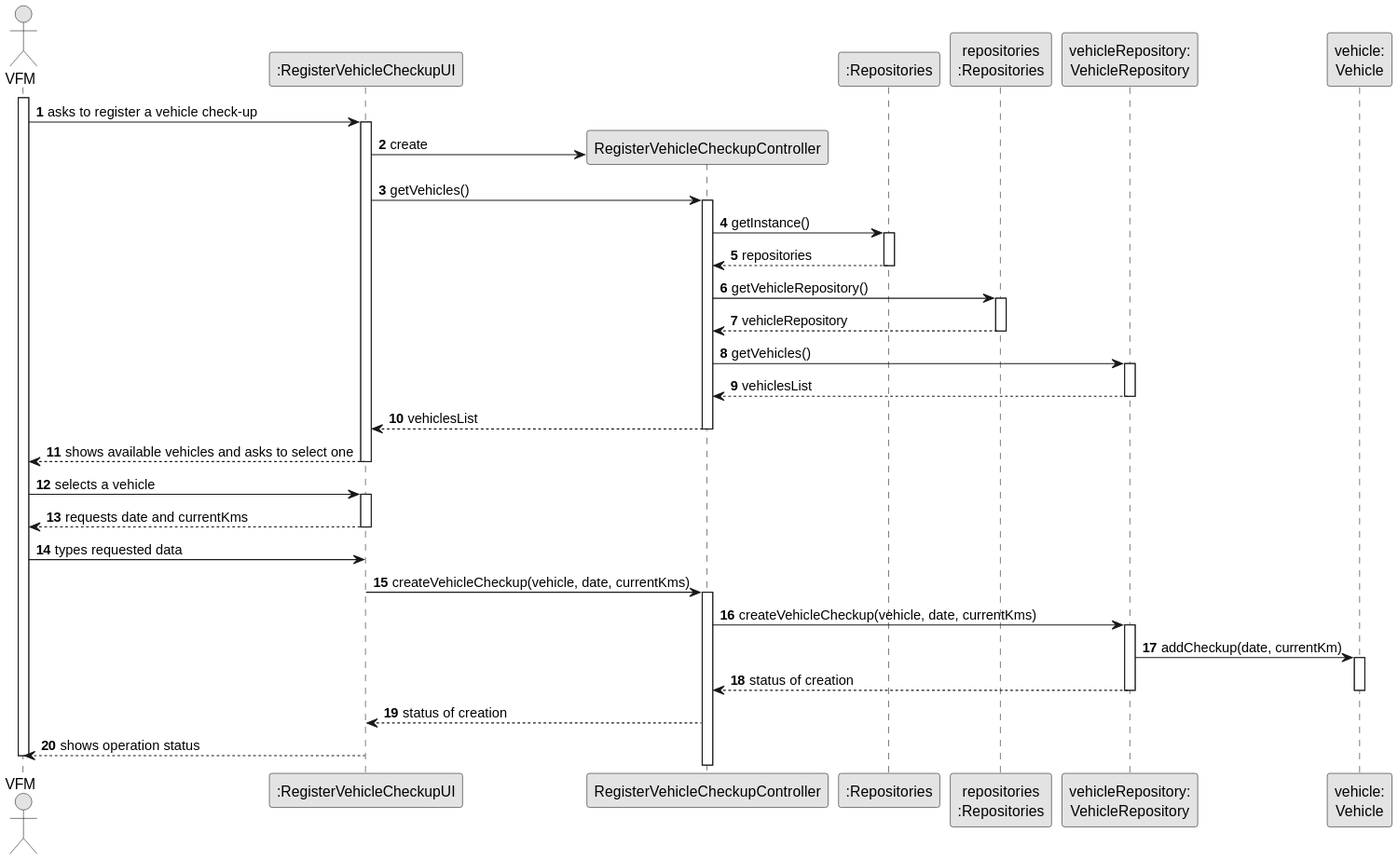
Above: docs/sprintB/us007/03.design/svg/us007-sequence-diagram-full.svg in Departamento-de-Engenharia-Informatica/lei-24-s2-1do-g164 (PlantUML), before the change.
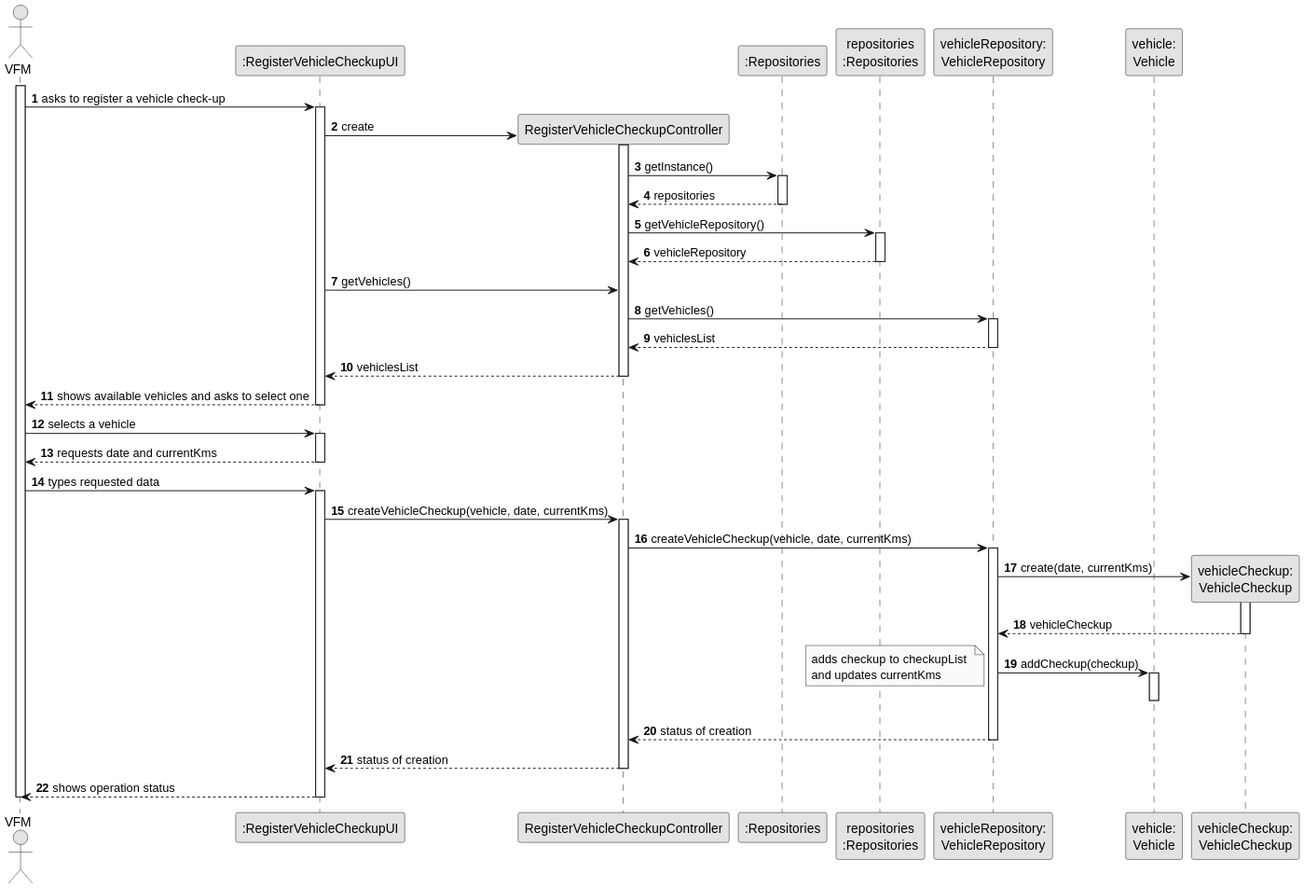
Above is the later version.

Diff of the diagram source:
```diff
@@ -12,6 +12,7 @@
 participant "repositories\n:Repositories" as PLAT
 participant "vehicleRepository:\nVehicleRepository" as VehicleRepository
 participant "vehicle:\nVehicle" as vehicle
+participant "vehicleCheckup:\nVehicleCheckup" as checkup
 activate VFM
 
         VFM -> UI : asks to register a vehicle check-up
@@ -19,27 +20,31 @@
         activate UI
 
             UI -> CTRL** : create
+               activate CTRL
+            CTRL -> RepositorySingleton : getInstance()
+                            activate RepositorySingleton
+
+
+                                RepositorySingleton --> CTRL: repositories
+                            deactivate RepositorySingleton
+
+                            CTRL -> PLAT : getVehicleRepository()
+                            activate PLAT
+
+                                PLAT --> CTRL: vehicleRepository
+                            deactivate PLAT
+
 
             UI -> CTRL : getVehicles()
-            activate CTRL
 
-                CTRL -> RepositorySingleton : getInstance()
-                activate RepositorySingleton
 
-                    RepositorySingleton --> CTRL: repositories
-                deactivate RepositorySingleton
-
-                CTRL -> PLAT : getVehicleRepository()
-                activate PLAT
-
-                    PLAT --> CTRL: vehicleRepository
-                deactivate PLAT
 
                 CTRL -> VehicleRepository : getVehicles()
                 activate VehicleRepository
 
                     VehicleRepository --> CTRL : vehiclesList
                 deactivate VehicleRepository
+
 
                 CTRL --> UI : vehiclesList
             deactivate CTRL
@@ -54,29 +59,32 @@
     deactivate UI
 
     VFM -> UI : types requested data
+    activate UI
 
 
 
         UI -> CTRL : createVehicleCheckup(vehicle, date, currentKms)
         activate CTRL
 
-
-
-
-                CTRL -> VehicleRepository : createVehicleCheckup(vehicle, date, currentKms)
+        CTRL -> VehicleRepository : createVehicleCheckup(vehicle, date, currentKms)
 activate  VehicleRepository
 
-VehicleRepository-> vehicle: addCheckup(date, currentKm)
+VehicleRepository -> checkup**: create(date, currentKms)
+activate checkup
+    checkup --> VehicleRepository: vehicleCheckup
+deactivate checkup
+
+VehicleRepository -> vehicle: addCheckup(checkup)
 activate vehicle
-
-
-
- VehicleRepository--> CTRL: status of creation
- deactivate vehicle
+    note bottom: adds checkup to checkupList \nand updates currentKms
+deactivate vehicle
+VehicleRepository--> CTRL: status of creation
 
 deactivate VehicleRepository
 
 CTRL --> UI : status of creation
+deactivate CTRL
 UI -->VFM : shows operation status
+deactivate UI
 deactivate VFM
 @enduml
```
